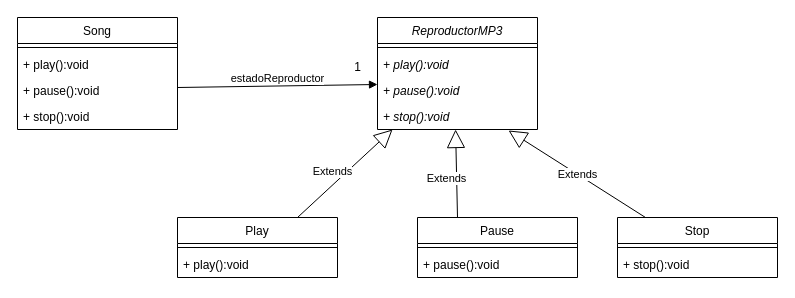
Earlier version of the draw.io diagram unq-po2-state-ReproductorMP3.drawio (nhubczyk/Diagramas-UML). Source tidied: cells renumbered, new cells numbered last; positions are measured from the earlier drawing's top-left corner, leaving out a move shared by most shapes. Both pictures are drawn from the tidied source at 100%, with x=0, y=0 at pixel (17, 17).
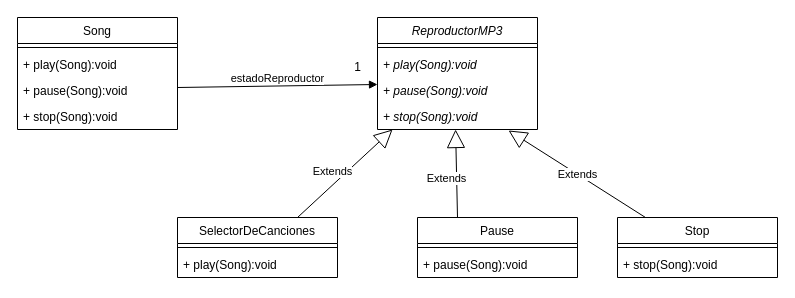
Above is the later version.

Unchanged cells that the change refers to:
```xml
<mxCell id="2" value="Song" style="swimlane;fontStyle=0;align=center;verticalAlign=top;horizontal=1;startSize=26;" parent="1" vertex="1">
  <mxGeometry width="160" height="112" as="geometry" />
</mxCell>
<mxCell id="7" value="ReproductorMP3" style="swimlane;fontStyle=2;align=center;verticalAlign=top;horizontal=1;startSize=26;" parent="1" vertex="1">
  <mxGeometry x="360" width="160" height="112" as="geometry" />
</mxCell>
<mxCell id="15" value="Pause" style="swimlane;fontStyle=0;align=center;verticalAlign=top;horizontal=1;startSize=26;" parent="1" vertex="1">
  <mxGeometry x="400" y="200" width="160" height="60" as="geometry" />
</mxCell>
<mxCell id="18" value="Stop" style="swimlane;fontStyle=0;align=center;verticalAlign=top;horizontal=1;startSize=26;" parent="1" vertex="1">
  <mxGeometry x="600" y="200" width="160" height="60" as="geometry" />
</mxCell>
```

Change to the diagram source:
```diff
@@
-    <mxCell id="4" value="+ play():void" style="text;strokeColor=none;fillColor=none;align=left;verticalAlign=top;spacingLeft=4;spacingRight=4;overflow=hidden;" parent="2" vertex="1">
+    <mxCell id="4" value="+ play(Song):void" style="text;strokeColor=none;fillColor=none;align=left;verticalAlign=top;spacingLeft=4;spacingRight=4;overflow=hidden;" parent="2" vertex="1">
       <mxGeometry y="34" width="160" height="26" as="geometry" />
     </mxCell>
-    <mxCell id="5" value="+ pause():void" style="text;strokeColor=none;fillColor=none;align=left;verticalAlign=top;spacingLeft=4;spacingRight=4;overflow=hidden;" parent="2" vertex="1">
+    <mxCell id="5" value="+ pause(Song):void" style="text;strokeColor=none;fillColor=none;align=left;verticalAlign=top;spacingLeft=4;spacingRight=4;overflow=hidden;" parent="2" vertex="1">
       <mxGeometry y="60" width="160" height="26" as="geometry" />
     </mxCell>
-    <mxCell id="6" value="+ stop():void" style="text;strokeColor=none;fillColor=none;align=left;verticalAlign=top;spacingLeft=4;spacingRight=4;overflow=hidden;" parent="2" vertex="1">
+    <mxCell id="6" value="+ stop(Song):void" style="text;strokeColor=none;fillColor=none;align=left;verticalAlign=top;spacingLeft=4;spacingRight=4;overflow=hidden;" parent="2" vertex="1">
       <mxGeometry y="86" width="160" height="26" as="geometry" />
     </mxCell>
@@
-    <mxCell id="9" value="+ play():void" style="text;strokeColor=none;fillColor=none;align=left;verticalAlign=top;spacingLeft=4;spacingRight=4;overflow=hidden;fontStyle=2;" parent="7" vertex="1">
+    <mxCell id="9" value="+ play(Song):void" style="text;strokeColor=none;fillColor=none;align=left;verticalAlign=top;spacingLeft=4;spacingRight=4;overflow=hidden;fontStyle=2;" parent="7" vertex="1">
       <mxGeometry y="34" width="160" height="26" as="geometry" />
     </mxCell>
-    <mxCell id="10" value="+ pause():void" style="text;strokeColor=none;fillColor=none;align=left;verticalAlign=top;spacingLeft=4;spacingRight=4;overflow=hidden;points=[[0,0.5],[1,0.5]];portConstraint=eastwest;fontStyle=2;" parent="7" vertex="1">
+    <mxCell id="10" value="+ pause(Song):void" style="text;strokeColor=none;fillColor=none;align=left;verticalAlign=top;spacingLeft=4;spacingRight=4;overflow=hidden;points=[[0,0.5],[1,0.5]];portConstraint=eastwest;fontStyle=2;" parent="7" vertex="1">
       <mxGeometry y="60" width="160" height="26" as="geometry" />
     </mxCell>
-    <mxCell id="11" value="+ stop():void" style="text;strokeColor=none;fillColor=none;align=left;verticalAlign=top;spacingLeft=4;spacingRight=4;overflow=hidden;points=[[0,0.5],[1,0.5]];portConstraint=eastwest;fontStyle=2;" parent="7" vertex="1">
+    <mxCell id="11" value="+ stop(Song):void" style="text;strokeColor=none;fillColor=none;align=left;verticalAlign=top;spacingLeft=4;spacingRight=4;overflow=hidden;points=[[0,0.5],[1,0.5]];portConstraint=eastwest;fontStyle=2;" parent="7" vertex="1">
       <mxGeometry y="86" width="160" height="26" as="geometry" />
     </mxCell>
-    <mxCell id="12" value="Play" style="swimlane;fontStyle=0;align=center;verticalAlign=top;horizontal=1;startSize=26;" parent="1" vertex="1">
+    <mxCell id="12" value="SelectorDeCanciones" style="swimlane;fontStyle=0;align=center;verticalAlign=top;horizontal=1;startSize=26;" parent="1" vertex="1">
       <mxGeometry x="160" y="200" width="160" height="60" as="geometry" />
     </mxCell>
@@
-    <mxCell id="14" value="+ play():void" style="text;strokeColor=none;fillColor=none;align=left;verticalAlign=top;spacingLeft=4;spacingRight=4;overflow=hidden;" parent="12" vertex="1">
+    <mxCell id="14" value="+ play(Song):void" style="text;strokeColor=none;fillColor=none;align=left;verticalAlign=top;spacingLeft=4;spacingRight=4;overflow=hidden;" parent="12" vertex="1">
       <mxGeometry y="34" width="160" height="26" as="geometry" />
     </mxCell>
@@
-    <mxCell id="17" value="+ pause():void" style="text;strokeColor=none;fillColor=none;align=left;verticalAlign=top;spacingLeft=4;spacingRight=4;overflow=hidden;" parent="15" vertex="1">
+    <mxCell id="17" value="+ pause(Song):void" style="text;strokeColor=none;fillColor=none;align=left;verticalAlign=top;spacingLeft=4;spacingRight=4;overflow=hidden;" parent="15" vertex="1">
       <mxGeometry y="34" width="160" height="26" as="geometry" />
     </mxCell>
@@
-    <mxCell id="20" value="+ stop():void" style="text;strokeColor=none;fillColor=none;align=left;verticalAlign=top;spacingLeft=4;spacingRight=4;overflow=hidden;" parent="18" vertex="1">
+    <mxCell id="20" value="+ stop(Song):void" style="text;strokeColor=none;fillColor=none;align=left;verticalAlign=top;spacingLeft=4;spacingRight=4;overflow=hidden;" parent="18" vertex="1">
       <mxGeometry y="34" width="160" height="26" as="geometry" />
     </mxCell>
```
